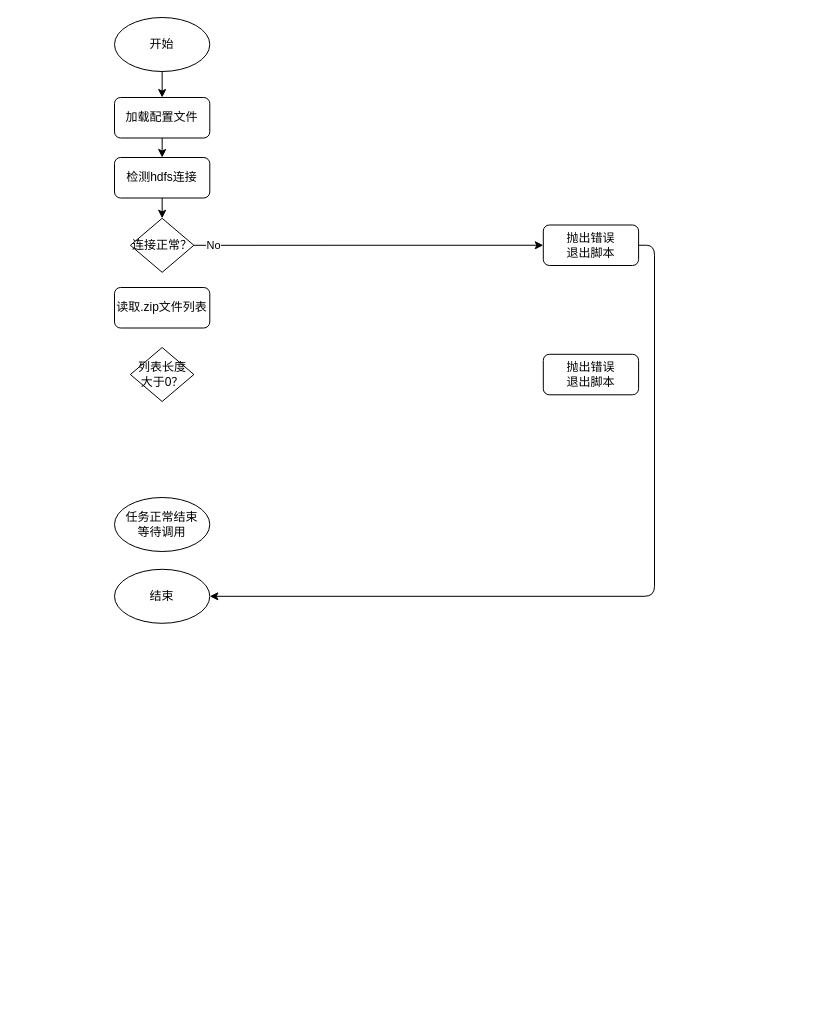
Earlier version of the draw.io diagram Untitled Diagram.drawio (fanch-luck/uiapps). Source tidied: cells renumbered, new cells numbered last; positions are measured from the earlier drawing's top-left corner, leaving out a move shared by most shapes. Both pictures are drawn from the tidied source at 100%, with x=0, y=0 at pixel (114, 17).
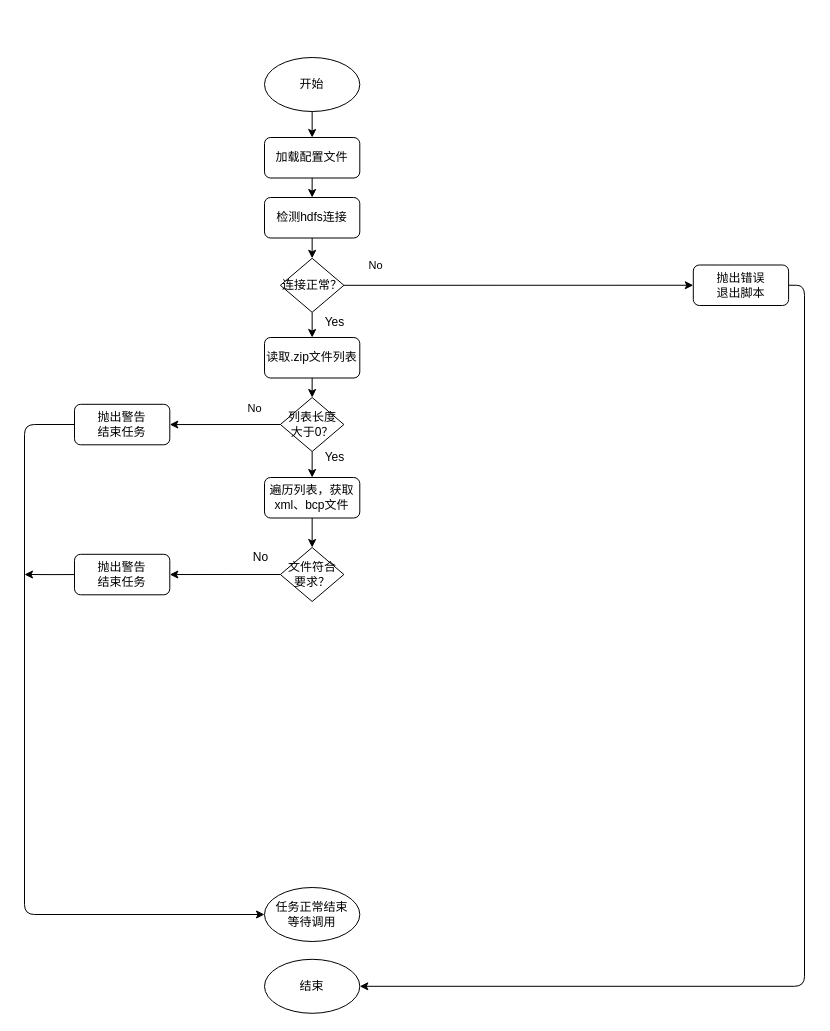
After the change.

Unchanged cells that the change refers to:
```xml
<mxCell id="10" style="endArrow=classic;html=1;exitX=1;exitY=0.5;exitDx=0;exitDy=0;entryX=0;entryY=0.5;entryDx=0;entryDy=0;" parent="1" edge="1" source="4" target="3">
  <mxGeometry relative="1" as="geometry" />
</mxCell>
```

Diff of the diagram source:
```diff
@@
     <mxCell id="2" value="开始" style="ellipse;whiteSpace=wrap;html=1;" parent="1" vertex="1">
-      <mxGeometry width="95.3" height="54" as="geometry" />
+      <mxGeometry x="150" y="40" width="95.3" height="54" as="geometry" />
     </mxCell>
     <mxCell id="3" value="抛出错误&lt;br&gt;退出脚本" style="rounded=1;whiteSpace=wrap;html=1;" parent="1" vertex="1">
-      <mxGeometry x="428.8" y="207.5" width="95.3" height="40.5" as="geometry" />
+      <mxGeometry x="578.8" y="247.5" width="95.3" height="40.5" as="geometry" />
     </mxCell>
+    <mxCell id="18" style="edgeStyle=orthogonalEdgeStyle;rounded=0;jettySize=auto;html=1;exitX=0.5;exitY=1;exitDx=0;exitDy=0;entryX=0.5;entryY=0;entryDx=0;entryDy=0;" parent="1" edge="1" source="4" target="14">
+      <mxGeometry relative="1" as="geometry" />
+    </mxCell>
     <mxCell id="4" value="连接正常？" style="rhombus;whiteSpace=wrap;html=1;" parent="1" vertex="1">
-      <mxGeometry x="15.9" y="200.8" width="63.5" height="54" as="geometry" />
+      <mxGeometry x="165.9" y="240.8" width="63.5" height="54" as="geometry" />
     </mxCell>
     <mxCell id="5" style="edgeStyle=orthogonalEdgeStyle;rounded=0;jettySize=auto;html=1;exitX=0.5;exitY=1;exitDx=0;exitDy=0;entryX=0.5;entryY=0;entryDx=0;entryDy=0;" parent="1" edge="1" source="6" target="4">
-      <mxGeometry x="110" y="75.8" as="geometry" />
+      <mxGeometry x="260" y="115.8" as="geometry" />
     </mxCell>
     <mxCell id="6" value="检测hdfs连接" style="rounded=1;whiteSpace=wrap;html=1;" parent="1" vertex="1">
-      <mxGeometry y="140" width="95.3" height="40.5" as="geometry" />
+      <mxGeometry x="150" y="180" width="95.3" height="40.5" as="geometry" />
     </mxCell>
     <mxCell id="7" style="edgeStyle=orthogonalEdgeStyle;rounded=0;jettySize=auto;html=1;exitX=0.5;exitY=1;exitDx=0;exitDy=0;entryX=0.5;entryY=0;entryDx=0;entryDy=0;" parent="1" edge="1" source="2" target="12">
-      <mxGeometry x="110" y="40" as="geometry" />
+      <mxGeometry x="260" y="80" as="geometry" />
     </mxCell>
     <mxCell id="8" value="结束" style="ellipse;whiteSpace=wrap;html=1;" parent="1" vertex="1">
-      <mxGeometry y="551.8" width="95.3" height="54" as="geometry" />
+      <mxGeometry x="150" y="941.8" width="95.3" height="54" as="geometry" />
     </mxCell>
     <mxCell id="9" style="edgeStyle=elbowEdgeStyle;elbow=horizontal;endArrow=classic;html=1;exitX=1;exitY=0.5;exitDx=0;exitDy=0;entryX=1;entryY=0.5;entryDx=0;entryDy=0;" parent="1" edge="1" source="3" target="8">
-      <mxGeometry x="110" y="75.8" as="geometry">
+      <mxGeometry x="260" y="115.8" as="geometry">
         <Array as="points">
-          <mxPoint x="540" y="416.8" />
+          <mxPoint x="690" y="456.8" />
         </Array>
       </mxGeometry>
     </mxCell>
@@
     <mxCell id="11" value="No" style="edgeLabel;html=1;align=center;verticalAlign=middle;" parent="10" vertex="1">
-      <mxGeometry x="-0.89" relative="1" as="geometry" />
+      <mxGeometry x="-0.89" relative="1" as="geometry">
+        <mxPoint x="12" y="-20" as="offset" />
+      </mxGeometry>
     </mxCell>
     <mxCell id="12" value="加载配置文件" style="rounded=1;whiteSpace=wrap;html=1;" parent="1" vertex="1">
-      <mxGeometry y="80" width="95.3" height="40.5" as="geometry" />
+      <mxGeometry x="150" y="120" width="95.3" height="40.5" as="geometry" />
     </mxCell>
@@
+    <mxCell id="19" style="edgeStyle=orthogonalEdgeStyle;rounded=0;jettySize=auto;html=1;exitX=0.5;exitY=1;exitDx=0;exitDy=0;entryX=0.5;entryY=0;entryDx=0;entryDy=0;" parent="1" edge="1" source="14" target="16">
+      <mxGeometry relative="1" as="geometry" />
+    </mxCell>
     <mxCell id="14" value="读取.zip文件列表" style="rounded=1;whiteSpace=wrap;html=1;" parent="1" vertex="1">
-      <mxGeometry y="270" width="95.3" height="40.5" as="geometry" />
+      <mxGeometry x="150" y="320" width="95.3" height="40.5" as="geometry" />
     </mxCell>
     <mxCell id="15" value="任务正常结束&lt;br&gt;等待调用" style="ellipse;whiteSpace=wrap;html=1;" parent="1" vertex="1">
-      <mxGeometry y="480" width="95.3" height="54" as="geometry" />
+      <mxGeometry x="150" y="870" width="95.3" height="54" as="geometry" />
     </mxCell>
+    <mxCell id="20" style="edgeStyle=orthogonalEdgeStyle;rounded=0;jettySize=auto;html=1;exitX=0.5;exitY=1;exitDx=0;exitDy=0;entryX=0.5;entryY=0;entryDx=0;entryDy=0;" parent="1" edge="1" source="16" target="26">
+      <mxGeometry relative="1" as="geometry" />
+    </mxCell>
     <mxCell id="16" value="列表长度&lt;br&gt;大于0？" style="rhombus;whiteSpace=wrap;html=1;" parent="1" vertex="1">
-      <mxGeometry x="15.9" y="330" width="63.5" height="54" as="geometry" />
+      <mxGeometry x="165.9" y="380" width="63.5" height="54" as="geometry" />
     </mxCell>
-    <mxCell id="17" value="抛出错误&lt;br&gt;退出脚本" style="rounded=1;whiteSpace=wrap;html=1;" parent="1" vertex="1">
-      <mxGeometry x="428.8" y="336.8" width="95.3" height="40.5" as="geometry" />
+    <mxCell id="17" value="抛出警告&lt;br&gt;结束任务" style="rounded=1;whiteSpace=wrap;html=1;" parent="1" vertex="1">
+      <mxGeometry x="-40" y="386.8" width="95.3" height="40.5" as="geometry" />
     </mxCell>
+    <mxCell id="21" style="endArrow=classic;html=1;exitX=0;exitY=0.5;exitDx=0;exitDy=0;entryX=1;entryY=0.5;entryDx=0;entryDy=0;" parent="1" edge="1" source="16" target="17">
+      <mxGeometry relative="1" as="geometry" />
+    </mxCell>
+    <mxCell id="22" value="No" style="edgeLabel;html=1;align=center;verticalAlign=middle;" parent="21" vertex="1">
+      <mxGeometry x="-0.89" relative="1" as="geometry">
+        <mxPoint x="-20" y="-17" as="offset" />
+      </mxGeometry>
+    </mxCell>
+    <mxCell id="23" style="edgeStyle=elbowEdgeStyle;elbow=horizontal;endArrow=classic;html=1;entryX=0;entryY=0.5;entryDx=0;entryDy=0;" parent="1" edge="1" target="15">
+      <mxGeometry relative="1" as="geometry">
+        <mxPoint x="-40" y="407" as="sourcePoint" />
+        <Array as="points">
+          <mxPoint x="-90" y="540" />
+        </Array>
+      </mxGeometry>
+    </mxCell>
+    <mxCell id="24" value="Yes" style="text;html=1;align=center;verticalAlign=middle;strokeColor=none;" parent="1" vertex="1">
+      <mxGeometry x="200" y="294.8" width="40" height="20" as="geometry" />
+    </mxCell>
+    <mxCell id="25" style="edgeStyle=orthogonalEdgeStyle;rounded=0;jettySize=auto;html=1;exitX=0.5;exitY=1;exitDx=0;exitDy=0;entryX=0.5;entryY=0;entryDx=0;entryDy=0;" parent="1" edge="1" source="26" target="28">
+      <mxGeometry relative="1" as="geometry" />
+    </mxCell>
+    <mxCell id="26" value="遍历列表，获取&lt;br&gt;xml、bcp文件" style="rounded=1;whiteSpace=wrap;html=1;" parent="1" vertex="1">
+      <mxGeometry x="150" y="460" width="95.3" height="40.5" as="geometry" />
+    </mxCell>
+    <mxCell id="27" style="edgeStyle=orthogonalEdgeStyle;rounded=0;jettySize=auto;html=1;exitX=0;exitY=0.5;exitDx=0;exitDy=0;entryX=1;entryY=0.5;entryDx=0;entryDy=0;" parent="1" edge="1" source="28" target="31">
+      <mxGeometry relative="1" as="geometry" />
+    </mxCell>
+    <mxCell id="28" value="文件符合&lt;br&gt;要求？" style="rhombus;whiteSpace=wrap;html=1;" parent="1" vertex="1">
+      <mxGeometry x="165.9" y="530" width="63.5" height="54" as="geometry" />
+    </mxCell>
+    <mxCell id="29" value="Yes" style="text;html=1;align=center;verticalAlign=middle;strokeColor=none;" parent="1" vertex="1">
+      <mxGeometry x="200" y="430" width="40" height="20" as="geometry" />
+    </mxCell>
+    <mxCell id="30" style="edgeStyle=orthogonalEdgeStyle;rounded=0;jettySize=auto;html=1;exitX=0;exitY=0.5;exitDx=0;exitDy=0;" parent="1" edge="1" source="31">
+      <mxGeometry relative="1" as="geometry">
+        <mxPoint x="-90" y="557" as="targetPoint" />
+      </mxGeometry>
+    </mxCell>
+    <mxCell id="31" value="抛出警告&lt;br&gt;结束任务" style="rounded=1;whiteSpace=wrap;html=1;" parent="1" vertex="1">
+      <mxGeometry x="-40" y="536.8" width="95.3" height="40.5" as="geometry" />
+    </mxCell>
+    <mxCell id="32" value="No" style="text;html=1;align=center;verticalAlign=middle;strokeColor=none;" parent="1" vertex="1">
+      <mxGeometry x="130.9" y="530" width="30" height="20" as="geometry" />
+    </mxCell>
```
